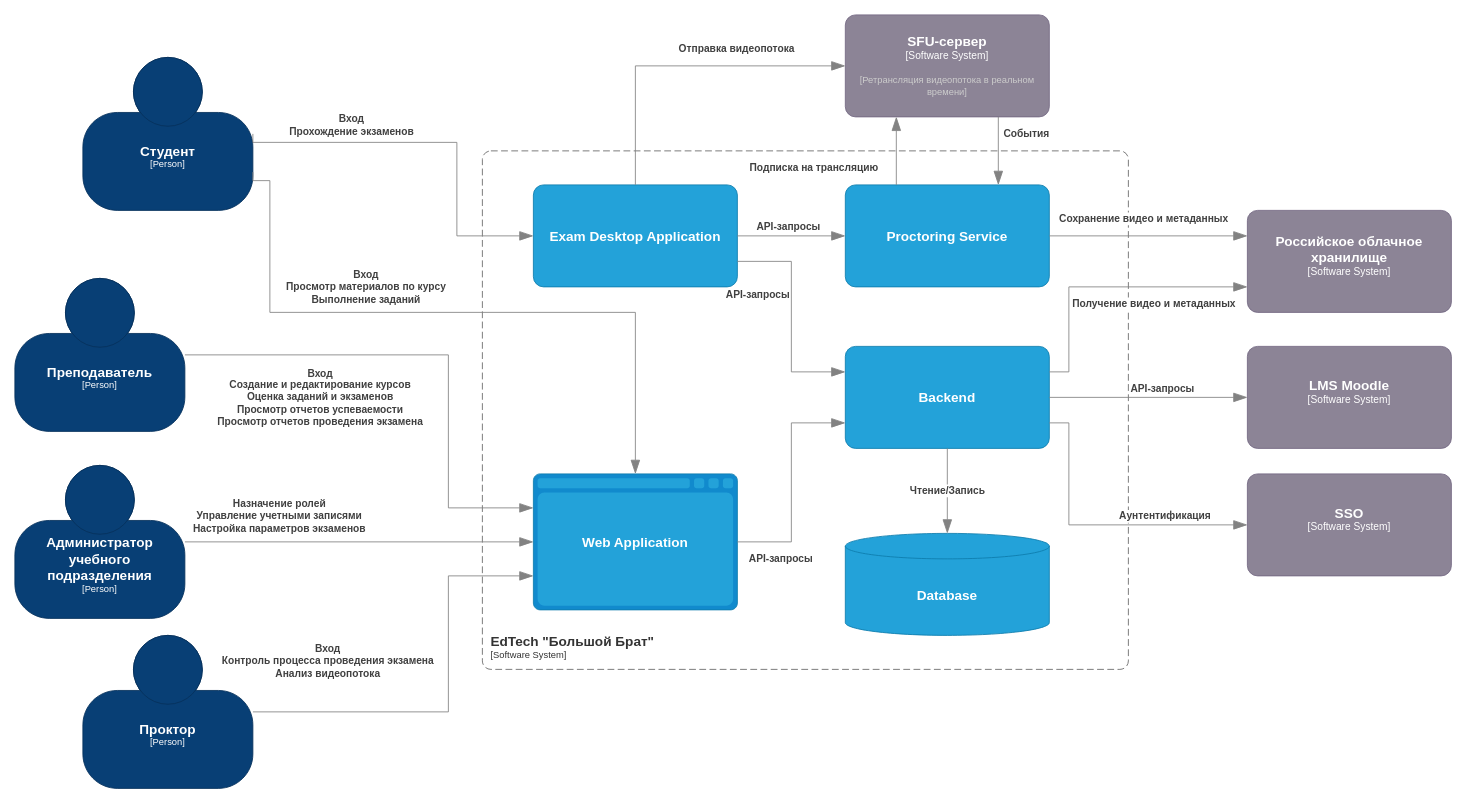
The draw.io diagram src/drawio/c4-containers.drawio in Tulitanir/se-sstu-2026, before the edit. Source tidied: cells renumbered, new cells numbered last; positions are measured from the earlier drawing's top-left corner, leaving out a move shared by most shapes. Both pictures are drawn from the tidied source at 85%, with x=0, y=0 at pixel (14, 14).
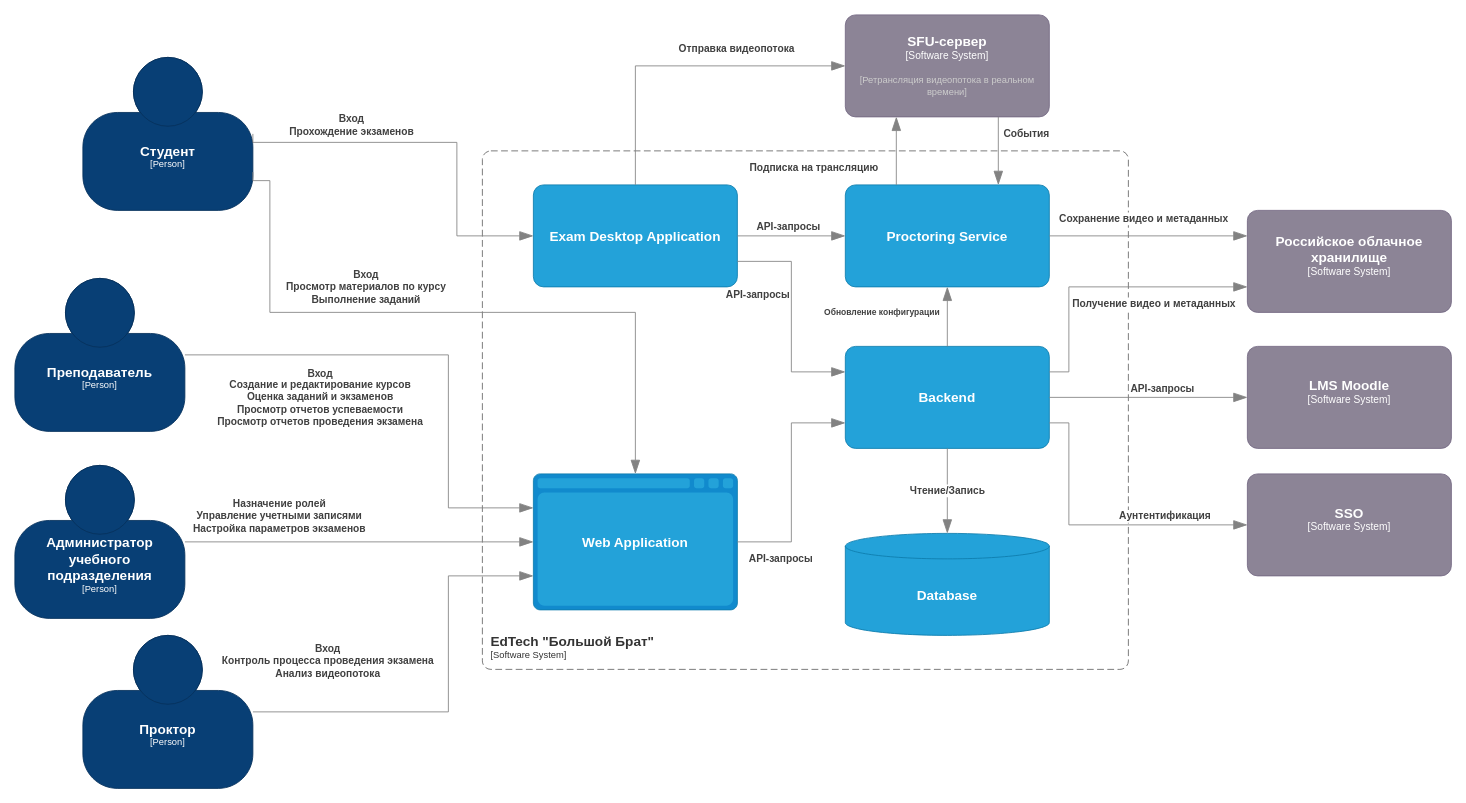
The same diagram, later.

Commit message:
Extra Arrow

Unchanged cells that the change refers to:
```xml
<object id="4" label="&lt;font style=&quot;font-size: 16px&quot;&gt;&lt;b&gt;%c4Name%&lt;/b&gt;&lt;/font&gt;&lt;div&gt;" c4Name="Backend" placeholders="1">
  <mxCell style="rounded=1;whiteSpace=wrap;html=1;fontSize=11;labelBackgroundColor=none;fillColor=#23A2D9;fontColor=#ffffff;align=center;arcSize=10;strokeColor=#0E7DAD;points=[[0.25,0,0],[0.5,0,0],[0.75,0,0],[1,0.25,0],[1,0.5,0],[1,0.75,0],[0.75,1,0],[0.5,1,0],[0.25,1,0],[0,0.75,0],[0,0.5,0],[0,0.25,0]];" parent="1" vertex="1">
    <mxGeometry x="977" y="390" width="240" height="120" as="geometry" />
  </mxCell>
</object>
<object id="5" label="&lt;font style=&quot;font-size: 16px&quot;&gt;&lt;b&gt;%c4Name%&lt;/b&gt;&lt;/font&gt;&lt;div&gt;" c4Name="Proctoring Service" placeholders="1">
  <mxCell style="rounded=1;whiteSpace=wrap;html=1;fontSize=11;labelBackgroundColor=none;fillColor=#23A2D9;fontColor=#ffffff;align=center;arcSize=10;strokeColor=#0E7DAD;points=[[0.25,0,0],[0.5,0,0],[0.75,0,0],[1,0.25,0],[1,0.5,0],[1,0.75,0],[0.75,1,0],[0.5,1,0],[0.25,1,0],[0,0.75,0],[0,0.5,0],[0,0.25,0]];" parent="1" vertex="1">
    <mxGeometry x="977" y="200" width="240" height="120" as="geometry" />
  </mxCell>
</object>
```

The edit, as a diff of the source:
```diff
@@
+    <object id="32" label="&lt;div style=&quot;text-align: left&quot;&gt;&lt;div style=&quot;text-align: center&quot;&gt;&lt;b&gt;%c4Description%&lt;/b&gt;&lt;/div&gt;" c4Description="Обновление конфигурации" placeholders="1">
+      <mxCell style="endArrow=blockThin;html=1;fontSize=10;fontColor=#404040;strokeWidth=1;endFill=1;strokeColor=#828282;elbow=vertical;endSize=14;startSize=14;jumpStyle=arc;jumpSize=16;rounded=0;edgeStyle=orthogonalEdgeStyle;exitX=0.5;exitY=0;exitDx=0;exitDy=0;exitPerimeter=0;entryX=0.5;entryY=1;entryDx=0;entryDy=0;entryPerimeter=0;" parent="1" edge="1" source="4" target="5">
+        <mxGeometry x="0.14" y="77" relative="1" as="geometry" />
+      </mxCell>
+    </object>
```
